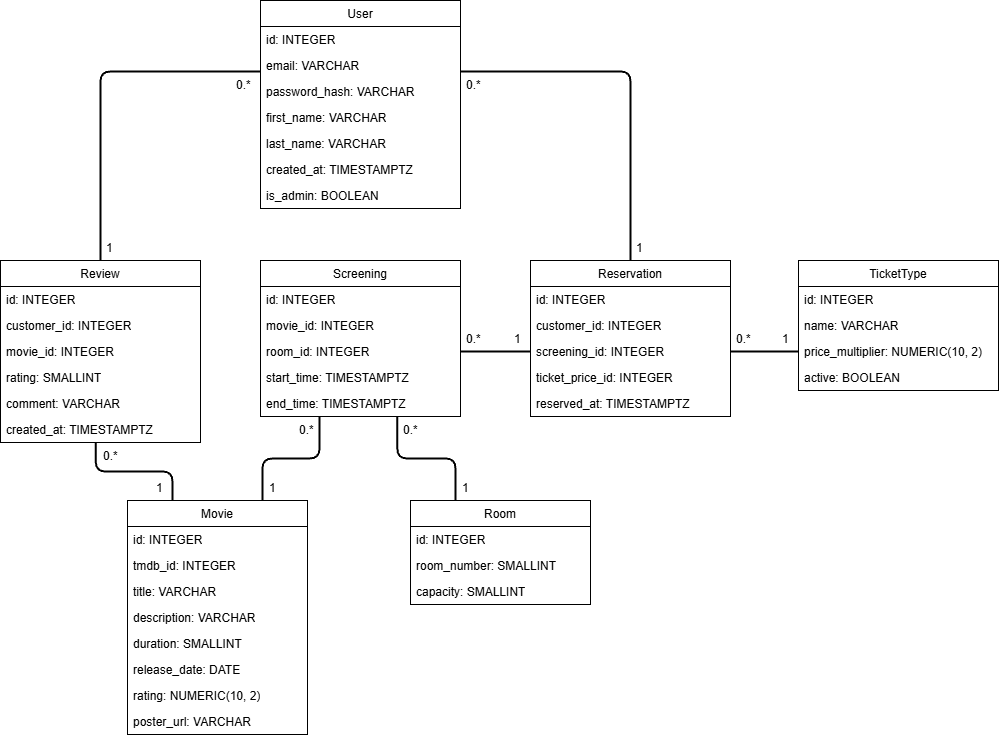
Earlier version of the draw.io export doc/data_model.png (mdeniard/ensai-it-project-2a-team-4). Source tidied: cells renumbered, new cells last; positions are measured from the earlier drawing's top-left corner, leaving out a move shared by most shapes.
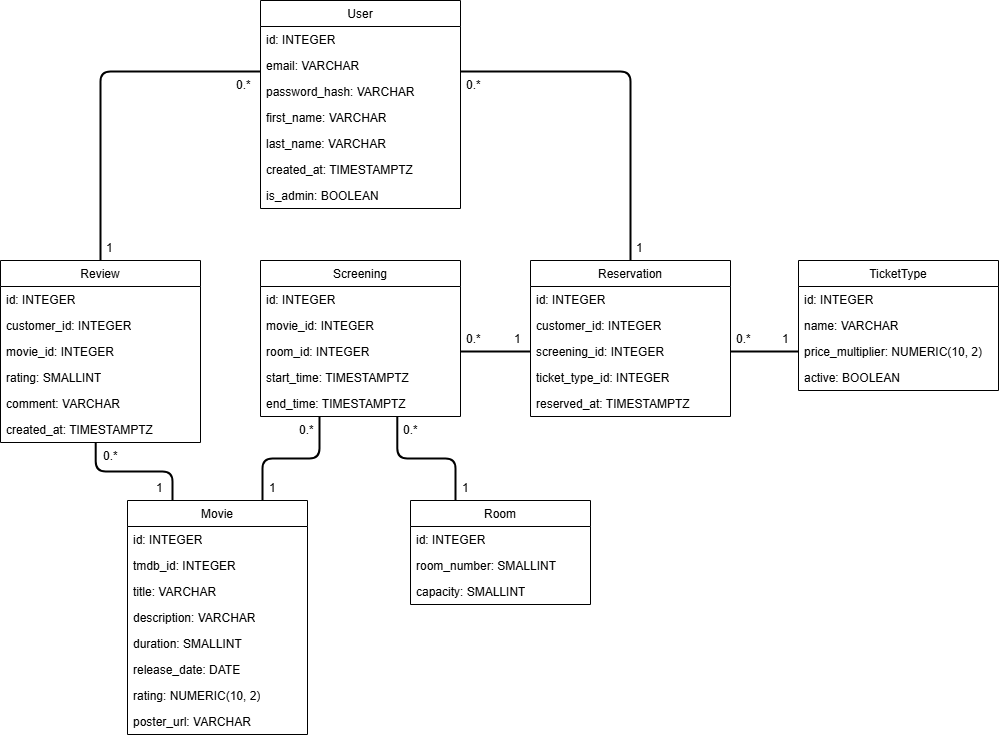
Later version of the same file.

Commit message:
Corrections on the diagram

The edit, as a diff of the source:
```diff
@@ -85,7 +85,7 @@
     <mxCell id="27" value="screening_id: INTEGER" style="text;strokeColor=none;fillColor=none;align=left;verticalAlign=top;spacingLeft=4;spacingRight=4;overflow=hidden;points=[[0,0.5],[1,0.5]];portConstraint=eastwest;whiteSpace=wrap;html=1;" parent="24" vertex="1">
       <mxGeometry y="78" width="200" height="26" as="geometry" />
     </mxCell>
-    <mxCell id="28" value="ticket_price_id: INTEGER" style="text;strokeColor=none;fillColor=none;align=left;verticalAlign=top;spacingLeft=4;spacingRight=4;overflow=hidden;whiteSpace=wrap;html=1;" parent="24" vertex="1">
+    <mxCell id="28" value="ticket_type_id: INTEGER" style="text;strokeColor=none;fillColor=none;align=left;verticalAlign=top;spacingLeft=4;spacingRight=4;overflow=hidden;whiteSpace=wrap;html=1;" parent="24" vertex="1">
       <mxGeometry y="104" width="200" height="26" as="geometry" />
     </mxCell>
     <mxCell id="29" value="reserved_at: TIMESTAMPTZ" style="text;strokeColor=none;fillColor=none;align=left;verticalAlign=top;spacingLeft=4;spacingRight=4;overflow=hidden;whiteSpace=wrap;html=1;" parent="24" vertex="1">
```
